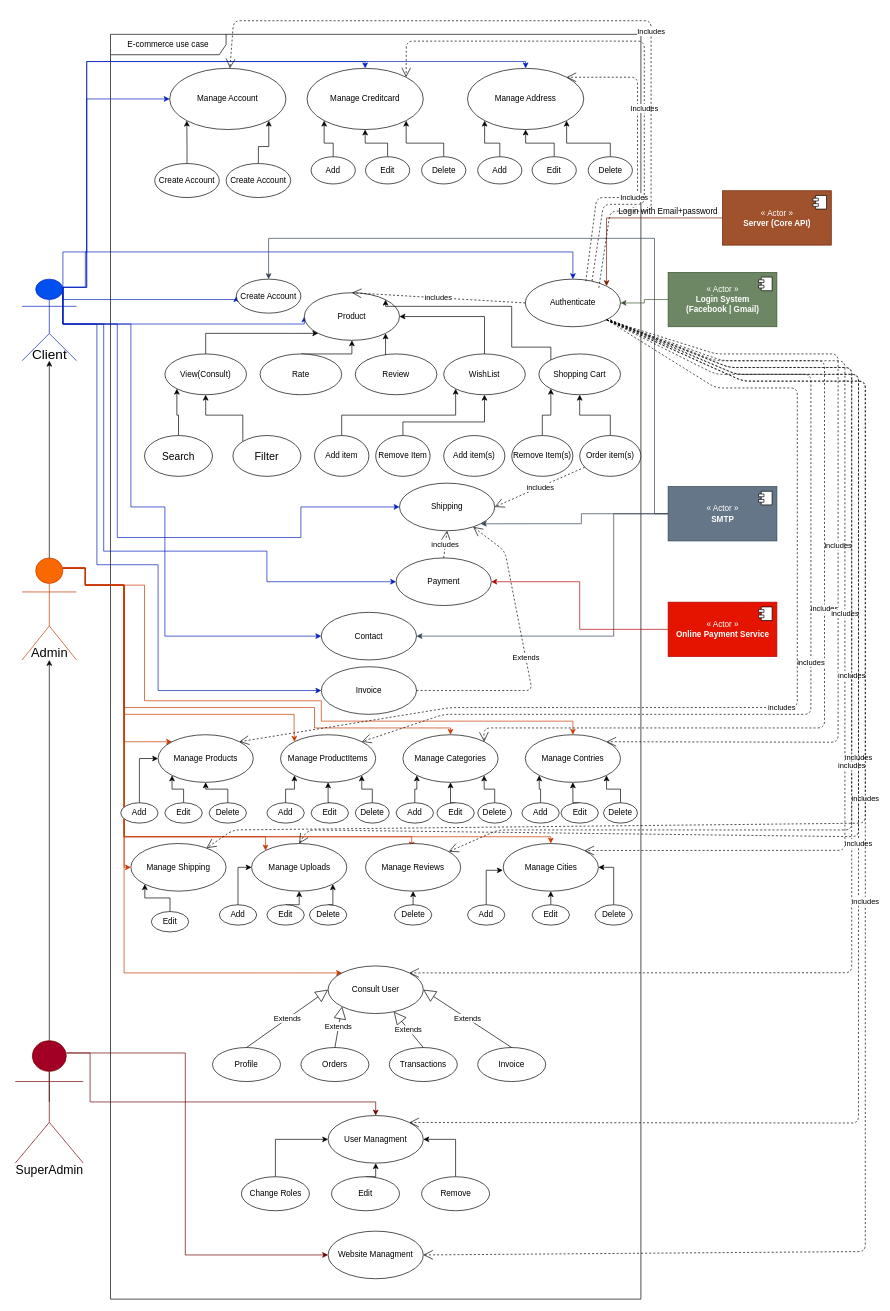
Before: page "Use case" (2 of 4) of Class Diagram.drawio in Psycomentis06/AZIT-e-commerce-API-doc, a draw.io diagram. Source tidied: cells renumbered, new cells numbered last; positions are measured from the earlier drawing's top-left corner, leaving out a move shared by most shapes. Both pictures are drawn from the tidied source at 68%, with x=0, y=0 at pixel (12, 20).
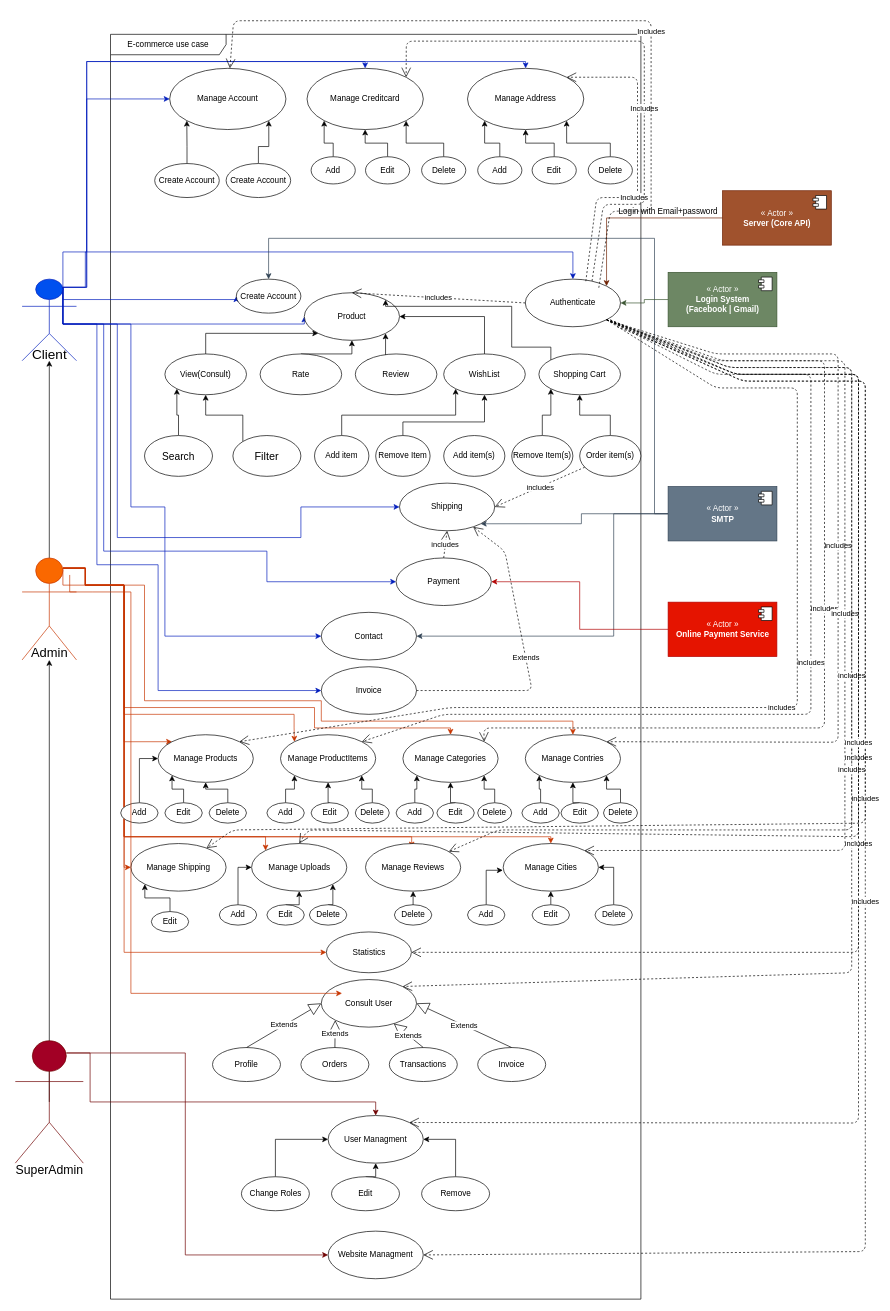
The same page after the edit.

The change refers to these unchanged cells:
```xml
<mxCell id="24" value="Admin" style="shape=umlActor;verticalLabelPosition=bottom;verticalAlign=top;html=1;fillColor=#fa6800;strokeColor=#C73500;fontColor=#ffffff;" parent="1" vertex="1">
  <mxGeometry x="15" y="790" width="80" height="150" as="geometry" />
</mxCell>
```

Change to the diagram source:
```diff
@@
-    <mxCell id="19" style="edgeStyle=orthogonalEdgeStyle;rounded=0;jettySize=auto;html=1;exitX=0.75;exitY=0.1;exitDx=0;exitDy=0;exitPerimeter=0;entryX=0;entryY=0;entryDx=0;entryDy=0;fillColor=#fa6800;strokeColor=#C73500;" parent="1" edge="1" source="24" target="126">
+    <mxCell id="19" style="edgeStyle=orthogonalEdgeStyle;rounded=0;jettySize=auto;html=1;exitX=0.75;exitY=0.1;exitDx=0;exitDy=0;exitPerimeter=0;entryX=0;entryY=0.5;entryDx=0;entryDy=0;fillColor=#fa6800;strokeColor=#C73500;" parent="1" edge="1" source="24" target="179">
       <mxGeometry relative="1" as="geometry">
         <Array as="points">
-          <mxPoint x="108" y="830" />
+          <mxPoint x="75" y="830" />
           <mxPoint x="165" y="830" />
-          <mxPoint x="165" y="1400" />
+          <mxPoint x="165" y="1370" />
         </Array>
       </mxGeometry>
     </mxCell>
@@
     <mxCell id="126" value="Consult User" style="ellipse;whiteSpace=wrap;html=1;" parent="1" vertex="1">
-      <mxGeometry x="465" y="1390" width="140" height="70" as="geometry" />
+      <mxGeometry x="455" y="1410" width="140" height="70" as="geometry" />
     </mxCell>
@@
+    <mxCell id="179" value="Statistics" style="ellipse;whiteSpace=wrap;html=1;" parent="1" vertex="1">
+      <mxGeometry x="462.5" y="1340" width="125" height="60" as="geometry" />
+    </mxCell>
+    <mxCell id="180" style="edgeStyle=orthogonalEdgeStyle;rounded=0;orthogonalLoop=1;jettySize=auto;html=1;exitX=0.75;exitY=0.1;exitDx=0;exitDy=0;exitPerimeter=0;entryX=0;entryY=0;entryDx=0;entryDy=0;fillColor=#fa6800;strokeColor=#C73500;" parent="1" edge="1">
+      <mxGeometry relative="1" as="geometry">
+        <mxPoint x="85" y="815" as="sourcePoint" />
+        <mxPoint x="485.5" y="1430.3" as="targetPoint" />
+        <Array as="points">
+          <mxPoint x="118" y="840" />
+          <mxPoint x="175" y="840" />
+          <mxPoint x="175" y="1410" />
+        </Array>
+      </mxGeometry>
+    </mxCell>
+    <mxCell id="181" value="includes" style="endArrow=open;endSize=12;dashed=1;html=1;entryX=1;entryY=0.5;entryDx=0;entryDy=0;" parent="1" edge="1" target="179">
+      <mxGeometry x="-0.03" relative="1" as="geometry">
+        <mxPoint x="890" y="450" as="sourcePoint" />
+        <Array as="points">
+          <mxPoint x="1065" y="520" />
+          <mxPoint x="1245" y="520" />
+          <mxPoint x="1245" y="1370" />
+        </Array>
+      </mxGeometry>
+    </mxCell>
```
